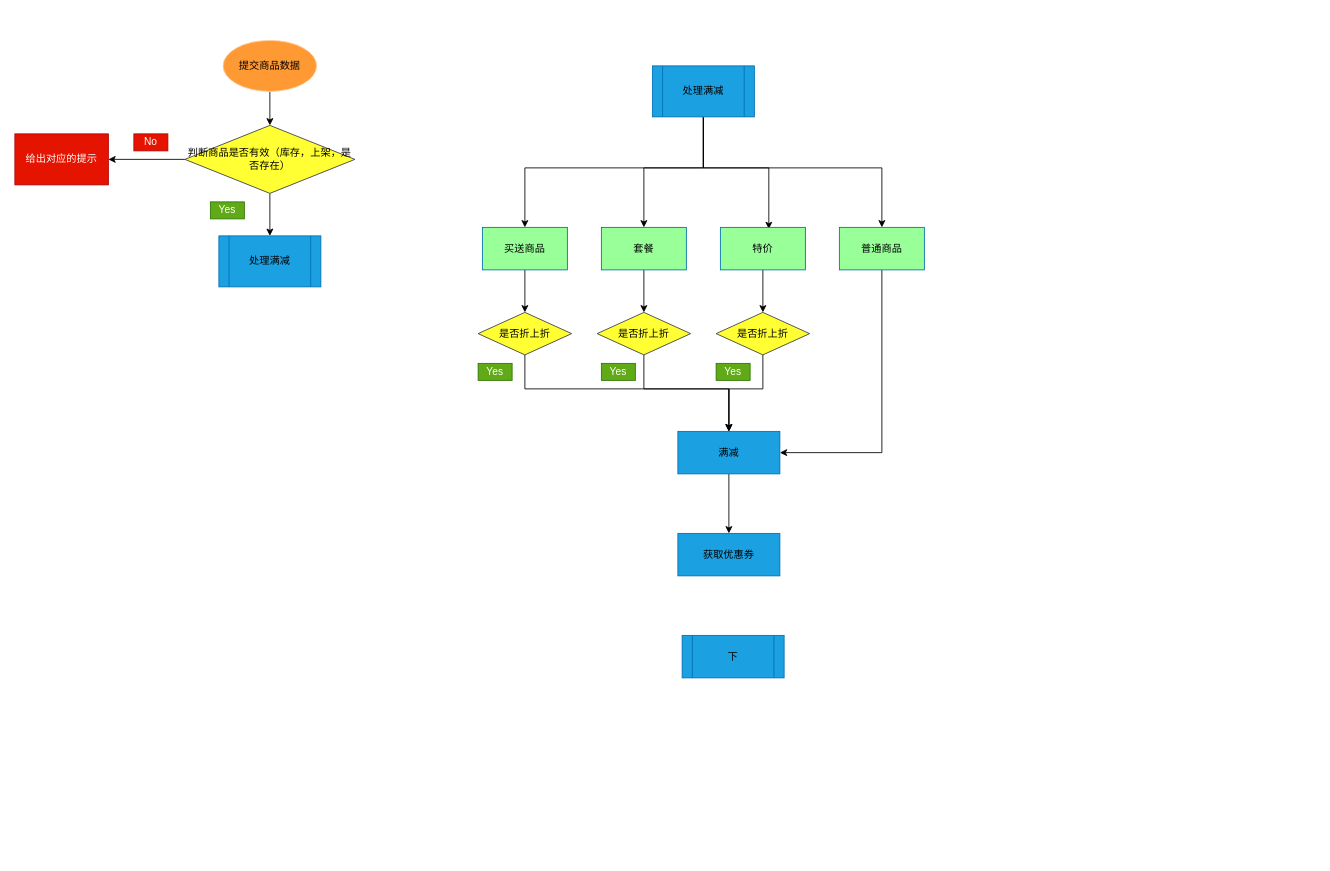
This is Untitled Diagram.drawio from wangkan0426/hello-world, a draw.io file, before an edit. Source tidied: cells renumbered, new cells numbered last; positions are measured from the earlier drawing's top-left corner, leaving out a move shared by most shapes. Both pictures are drawn from the tidied source at 85%, with x=0, y=0 at pixel (14, 40).
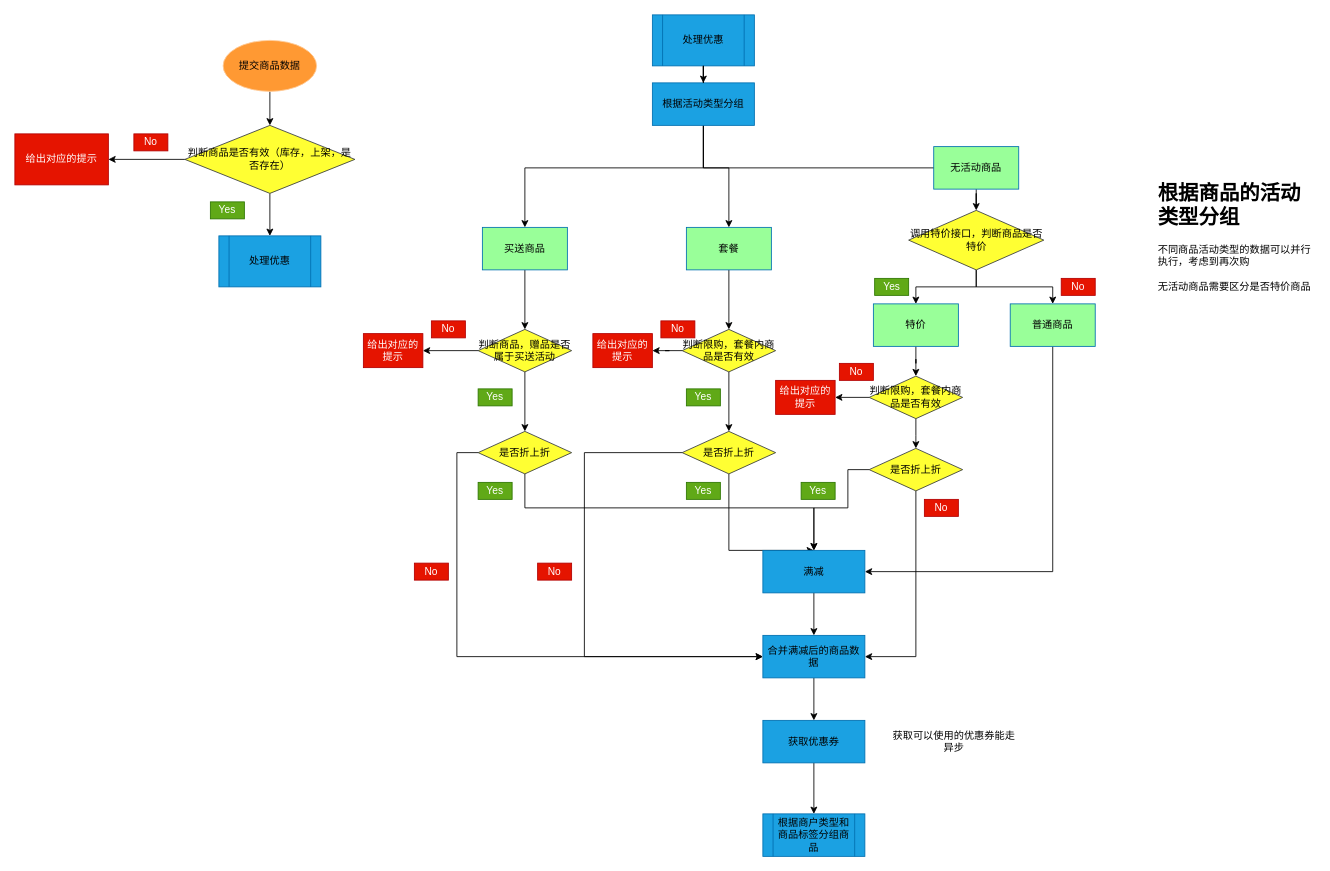
The same diagram, later.

The change refers to these unchanged cells:
```xml
<mxCell id="17" value="&lt;font color=&quot;#000000&quot;&gt;买送商品&lt;/font&gt;" style="rounded=0;whiteSpace=wrap;html=1;strokeColor=#006EAF;fontColor=#ffffff;fillColor=#99FF99;" parent="1" vertex="1">
  <mxGeometry x="550" y="220" width="100" height="50" as="geometry" />
</mxCell>
```

Diff of the diagram source:
```diff
@@
-    <mxCell id="9" value="&lt;font color=&quot;#000000&quot;&gt;处理满减&lt;/font&gt;" style="shape=process;whiteSpace=wrap;html=1;backgroundOutline=1;strokeColor=#006EAF;fillColor=#1ba1e2;fontColor=#ffffff;" parent="1" vertex="1">
+    <mxCell id="9" value="&lt;font color=&quot;#000000&quot;&gt;处理优惠&lt;/font&gt;" style="shape=process;whiteSpace=wrap;html=1;backgroundOutline=1;strokeColor=#006EAF;fillColor=#1ba1e2;fontColor=#ffffff;" parent="1" vertex="1">
       <mxGeometry x="240" y="230" width="120" height="60" as="geometry" />
     </mxCell>
@@
-    <mxCell id="12" style="edgeStyle=orthogonalEdgeStyle;rounded=0;jettySize=auto;html=1;entryX=0.5;entryY=0;entryDx=0;entryDy=0;" parent="1" edge="1" source="15" target="19">
+    <mxCell id="12" style="edgeStyle=orthogonalEdgeStyle;rounded=0;jettySize=auto;html=1;entryX=0.5;entryY=0;entryDx=0;entryDy=0;" parent="1" edge="1" source="64" target="19">
       <mxGeometry relative="1" as="geometry">
         <Array as="points">
           <mxPoint x="810" y="150" />
-          <mxPoint x="740" y="150" />
+          <mxPoint x="840" y="150" />
         </Array>
       </mxGeometry>
     </mxCell>
-    <mxCell id="13" style="edgeStyle=orthogonalEdgeStyle;rounded=0;jettySize=auto;html=1;entryX=0.57;entryY=0.04;entryDx=0;entryDy=0;entryPerimeter=0;" parent="1" edge="1" source="15" target="21">
-      <mxGeometry relative="1" as="geometry">
-        <Array as="points">
-          <mxPoint x="810" y="150" />
-          <mxPoint x="887" y="150" />
-        </Array>
-      </mxGeometry>
-    </mxCell>
-    <mxCell id="14" style="edgeStyle=orthogonalEdgeStyle;rounded=0;jettySize=auto;html=1;entryX=0.5;entryY=0;entryDx=0;entryDy=0;" parent="1" edge="1" source="15" target="23">
-      <mxGeometry relative="1" as="geometry">
-        <Array as="points">
-          <mxPoint x="810" y="150" />
-          <mxPoint x="1020" y="150" />
-        </Array>
-      </mxGeometry>
-    </mxCell>
-    <mxCell id="15" value="&lt;font color=&quot;#000000&quot;&gt;处理满减&lt;/font&gt;" style="shape=process;whiteSpace=wrap;html=1;backgroundOutline=1;strokeColor=#006EAF;fillColor=#1ba1e2;fontColor=#ffffff;" parent="1" vertex="1">
-      <mxGeometry x="750" y="30" width="120" height="60" as="geometry" />
+    <mxCell id="15" value="&lt;font color=&quot;#000000&quot;&gt;处理优惠&lt;/font&gt;" style="shape=process;whiteSpace=wrap;html=1;backgroundOutline=1;strokeColor=#006EAF;fillColor=#1ba1e2;fontColor=#ffffff;" parent="1" vertex="1">
+      <mxGeometry x="750" y="-30" width="120" height="60" as="geometry" />
     </mxCell>
-    <mxCell id="16" style="edgeStyle=orthogonalEdgeStyle;rounded=0;jettySize=auto;html=1;" parent="1" edge="1" source="17" target="25">
-      <mxGeometry relative="1" as="geometry" />
-    </mxCell>
+    <mxCell id="37" style="edgeStyle=orthogonalEdgeStyle;rounded=0;jettySize=auto;html=1;" parent="1" edge="1" source="17" target="53">
+      <mxGeometry relative="1" as="geometry" />
+    </mxCell>
@@
-    <mxCell id="18" style="edgeStyle=orthogonalEdgeStyle;rounded=0;jettySize=auto;html=1;" parent="1" edge="1" source="19" target="27">
-      <mxGeometry relative="1" as="geometry" />
-    </mxCell>
+    <mxCell id="38" style="edgeStyle=orthogonalEdgeStyle;rounded=0;jettySize=auto;html=1;" parent="1" edge="1" source="19" target="56">
+      <mxGeometry relative="1" as="geometry" />
+    </mxCell>
     <mxCell id="19" value="&lt;font color=&quot;#000000&quot;&gt;套餐&lt;/font&gt;" style="rounded=0;whiteSpace=wrap;html=1;strokeColor=#006EAF;fontColor=#ffffff;fillColor=#99FF99;" parent="1" vertex="1">
-      <mxGeometry x="690" y="220" width="100" height="50" as="geometry" />
+      <mxGeometry x="790" y="220" width="100" height="50" as="geometry" />
     </mxCell>
-    <mxCell id="20" style="edgeStyle=orthogonalEdgeStyle;rounded=0;jettySize=auto;html=1;" parent="1" edge="1" source="21" target="29">
-      <mxGeometry relative="1" as="geometry" />
-    </mxCell>
+    <mxCell id="39" style="edgeStyle=orthogonalEdgeStyle;rounded=0;jettySize=auto;html=1;" parent="1" edge="1" source="21" target="75">
+      <mxGeometry relative="1" as="geometry" />
+    </mxCell>
     <mxCell id="21" value="&lt;font color=&quot;#000000&quot;&gt;特价&lt;/font&gt;" style="rounded=0;whiteSpace=wrap;html=1;strokeColor=#006EAF;fontColor=#ffffff;fillColor=#99FF99;" parent="1" vertex="1">
-      <mxGeometry x="830" y="220" width="100" height="50" as="geometry" />
+      <mxGeometry x="1010" y="310" width="100" height="50" as="geometry" />
     </mxCell>
     <mxCell id="22" style="edgeStyle=orthogonalEdgeStyle;rounded=0;jettySize=auto;html=1;entryX=1;entryY=0.5;entryDx=0;entryDy=0;" parent="1" edge="1" source="23" target="31">
       <mxGeometry relative="1" as="geometry">
         <Array as="points">
-          <mxPoint x="1020" y="485" />
+          <mxPoint x="1221" y="625" />
         </Array>
       </mxGeometry>
     </mxCell>
     <mxCell id="23" value="&lt;font color=&quot;#000000&quot;&gt;普通商品&lt;/font&gt;" style="rounded=0;whiteSpace=wrap;html=1;strokeColor=#006EAF;fontColor=#ffffff;fillColor=#99FF99;" parent="1" vertex="1">
-      <mxGeometry x="970" y="220" width="100" height="50" as="geometry" />
+      <mxGeometry x="1171" y="310" width="100" height="50" as="geometry" />
     </mxCell>
     <mxCell id="24" style="edgeStyle=orthogonalEdgeStyle;rounded=0;jettySize=auto;html=1;entryX=0.5;entryY=0;entryDx=0;entryDy=0;" parent="1" edge="1" source="25" target="31">
       <mxGeometry relative="1" as="geometry">
         <Array as="points">
-          <mxPoint x="600" y="410" />
-          <mxPoint x="840" y="410" />
+          <mxPoint x="600" y="550" />
+          <mxPoint x="840" y="550" />
         </Array>
       </mxGeometry>
     </mxCell>
+    <mxCell id="40" style="edgeStyle=orthogonalEdgeStyle;rounded=0;jettySize=auto;html=1;entryX=0;entryY=0.5;entryDx=0;entryDy=0;" parent="1" edge="1" source="25" target="36">
+      <mxGeometry relative="1" as="geometry">
+        <Array as="points">
+          <mxPoint x="520" y="485" />
+          <mxPoint x="520" y="725" />
+        </Array>
+      </mxGeometry>
+    </mxCell>
     <mxCell id="25" value="是否折上折" style="rhombus;whiteSpace=wrap;html=1;strokeColor=#36393d;fillColor=#FFFF33;" parent="1" vertex="1">
-      <mxGeometry x="545" y="320" width="110" height="50" as="geometry" />
+      <mxGeometry x="545" y="460" width="110" height="50" as="geometry" />
     </mxCell>
     <mxCell id="26" style="edgeStyle=orthogonalEdgeStyle;rounded=0;jettySize=auto;html=1;entryX=0.5;entryY=0;entryDx=0;entryDy=0;" parent="1" edge="1" source="27" target="31">
       <mxGeometry relative="1" as="geometry">
         <Array as="points">
-          <mxPoint x="740" y="410" />
-          <mxPoint x="840" y="410" />
+          <mxPoint x="840" y="550" />
+          <mxPoint x="940" y="550" />
         </Array>
       </mxGeometry>
     </mxCell>
+    <mxCell id="41" style="edgeStyle=orthogonalEdgeStyle;rounded=0;jettySize=auto;html=1;entryX=0;entryY=0.5;entryDx=0;entryDy=0;" parent="1" edge="1" source="27" target="36">
+      <mxGeometry relative="1" as="geometry">
+        <Array as="points">
+          <mxPoint x="670" y="485" />
+          <mxPoint x="670" y="725" />
+        </Array>
+      </mxGeometry>
+    </mxCell>
     <mxCell id="27" value="是否折上折" style="rhombus;whiteSpace=wrap;html=1;strokeColor=#36393d;fillColor=#FFFF33;" parent="1" vertex="1">
-      <mxGeometry x="685" y="320" width="110" height="50" as="geometry" />
+      <mxGeometry x="785" y="460" width="110" height="50" as="geometry" />
     </mxCell>
     <mxCell id="28" style="edgeStyle=orthogonalEdgeStyle;rounded=0;jettySize=auto;html=1;entryX=0.5;entryY=0;entryDx=0;entryDy=0;" parent="1" edge="1" source="29" target="31">
       <mxGeometry relative="1" as="geometry">
         <Array as="points">
-          <mxPoint x="880" y="410" />
-          <mxPoint x="840" y="410" />
+          <mxPoint x="980" y="550" />
+          <mxPoint x="940" y="550" />
         </Array>
       </mxGeometry>
     </mxCell>
+    <mxCell id="42" style="edgeStyle=orthogonalEdgeStyle;rounded=0;jettySize=auto;html=1;entryX=1;entryY=0.5;entryDx=0;entryDy=0;" parent="1" edge="1" source="29" target="36">
+      <mxGeometry relative="1" as="geometry">
+        <Array as="points">
+          <mxPoint x="1060" y="725" />
+        </Array>
+      </mxGeometry>
+    </mxCell>
     <mxCell id="29" value="是否折上折" style="rhombus;whiteSpace=wrap;html=1;strokeColor=#36393d;fillColor=#FFFF33;" parent="1" vertex="1">
-      <mxGeometry x="825" y="320" width="110" height="50" as="geometry" />
+      <mxGeometry x="1005" y="480" width="110" height="50" as="geometry" />
     </mxCell>
@@
     <mxCell id="31" value="&lt;font color=&quot;#000000&quot;&gt;满减&lt;/font&gt;" style="rounded=0;whiteSpace=wrap;html=1;strokeColor=#006EAF;fillColor=#1ba1e2;fontColor=#ffffff;" parent="1" vertex="1">
-      <mxGeometry x="780" y="460" width="120" height="50" as="geometry" />
+      <mxGeometry x="880" y="600" width="120" height="50" as="geometry" />
     </mxCell>
     <mxCell id="32" value="Yes" style="text;html=1;strokeColor=#2D7600;fillColor=#60a917;align=center;verticalAlign=middle;whiteSpace=wrap;rounded=0;fontColor=#ffffff;" parent="1" vertex="1">
-      <mxGeometry x="545" y="380" width="40" height="20" as="geometry" />
+      <mxGeometry x="545" y="520" width="40" height="20" as="geometry" />
     </mxCell>
     <mxCell id="33" value="Yes" style="text;html=1;strokeColor=#2D7600;fillColor=#60a917;align=center;verticalAlign=middle;whiteSpace=wrap;rounded=0;fontColor=#ffffff;" parent="1" vertex="1">
-      <mxGeometry x="690" y="380" width="40" height="20" as="geometry" />
+      <mxGeometry x="790" y="520" width="40" height="20" as="geometry" />
     </mxCell>
     <mxCell id="34" value="Yes" style="text;html=1;strokeColor=#2D7600;fillColor=#60a917;align=center;verticalAlign=middle;whiteSpace=wrap;rounded=0;fontColor=#ffffff;" parent="1" vertex="1">
-      <mxGeometry x="825" y="380" width="40" height="20" as="geometry" />
+      <mxGeometry x="925" y="520" width="40" height="20" as="geometry" />
     </mxCell>
-    <mxCell id="35" value="&lt;font color=&quot;#000000&quot;&gt;下&lt;/font&gt;" style="shape=process;whiteSpace=wrap;html=1;backgroundOutline=1;strokeColor=#006EAF;fillColor=#1ba1e2;fontColor=#ffffff;" parent="1" vertex="1">
-      <mxGeometry x="785" y="700" width="120" height="50" as="geometry" />
+    <mxCell id="35" value="&lt;font color=&quot;#000000&quot;&gt;根据商户类型和商品标签分组商品&lt;/font&gt;" style="shape=process;whiteSpace=wrap;html=1;backgroundOutline=1;strokeColor=#006EAF;fillColor=#1ba1e2;fontColor=#ffffff;" parent="1" vertex="1">
+      <mxGeometry x="880" y="910" width="120" height="50" as="geometry" />
     </mxCell>
+    <mxCell id="43" style="edgeStyle=orthogonalEdgeStyle;rounded=0;jettySize=auto;html=1;" parent="1" edge="1" source="36" target="45">
+      <mxGeometry relative="1" as="geometry" />
+    </mxCell>
-    <mxCell id="36" value="&lt;font color=&quot;#000000&quot;&gt;获取优惠券&lt;/font&gt;" style="rounded=0;whiteSpace=wrap;html=1;strokeColor=#006EAF;fillColor=#1ba1e2;fontColor=#ffffff;" parent="1" vertex="1">
-      <mxGeometry x="780" y="580" width="120" height="50" as="geometry" />
+    <mxCell id="36" value="&lt;font color=&quot;#000000&quot;&gt;合并满减后的商品数据&lt;/font&gt;" style="rounded=0;whiteSpace=wrap;html=1;strokeColor=#006EAF;fillColor=#1ba1e2;fontColor=#ffffff;" parent="1" vertex="1">
+      <mxGeometry x="880" y="700" width="120" height="50" as="geometry" />
     </mxCell>
+    <mxCell id="44" style="edgeStyle=orthogonalEdgeStyle;rounded=0;jettySize=auto;html=1;" parent="1" edge="1" source="45" target="35">
+      <mxGeometry relative="1" as="geometry" />
+    </mxCell>
+    <mxCell id="45" value="&lt;font color=&quot;#000000&quot;&gt;获取优惠券&lt;/font&gt;" style="rounded=0;whiteSpace=wrap;html=1;strokeColor=#006EAF;fillColor=#1ba1e2;fontColor=#ffffff;" parent="1" vertex="1">
+      <mxGeometry x="880" y="800" width="120" height="50" as="geometry" />
+    </mxCell>
+    <mxCell id="46" value="No" style="text;html=1;strokeColor=#B20000;fillColor=#e51400;align=center;verticalAlign=middle;whiteSpace=wrap;rounded=0;fontColor=#ffffff;" parent="1" vertex="1">
+      <mxGeometry x="470" y="615" width="40" height="20" as="geometry" />
+    </mxCell>
+    <mxCell id="47" value="No" style="text;html=1;strokeColor=#B20000;fillColor=#e51400;align=center;verticalAlign=middle;whiteSpace=wrap;rounded=0;fontColor=#ffffff;" parent="1" vertex="1">
+      <mxGeometry x="615" y="615" width="40" height="20" as="geometry" />
+    </mxCell>
+    <mxCell id="48" value="No" style="text;html=1;strokeColor=#B20000;fillColor=#e51400;align=center;verticalAlign=middle;whiteSpace=wrap;rounded=0;fontColor=#ffffff;" parent="1" vertex="1">
+      <mxGeometry x="1070" y="540" width="40" height="20" as="geometry" />
+    </mxCell>
+    <mxCell id="49" value="获取可以使用的优惠券能走异步" style="text;html=1;strokeColor=none;fillColor=none;align=center;verticalAlign=middle;whiteSpace=wrap;rounded=0;" parent="1" vertex="1">
+      <mxGeometry x="1030" y="807.5" width="150" height="35" as="geometry" />
+    </mxCell>
+    <mxCell id="50" value="&lt;h1&gt;根据商品的活动类型分组&lt;/h1&gt;&lt;div&gt;不同商品活动类型的数据可以并行执行，考虑到再次购&lt;/div&gt;&lt;div&gt;&lt;br&gt;&lt;/div&gt;&lt;div&gt;无活动商品需要区分是否特价商品&lt;/div&gt;" style="text;html=1;strokeColor=none;fillColor=none;spacing=5;spacingTop=-20;whiteSpace=wrap;overflow=hidden;rounded=0;" parent="1" vertex="1">
+      <mxGeometry x="1340" y="160" width="190" height="160" as="geometry" />
+    </mxCell>
+    <mxCell id="51" style="edgeStyle=orthogonalEdgeStyle;rounded=0;jettySize=auto;html=1;" parent="1" edge="1" source="53" target="25">
+      <mxGeometry relative="1" as="geometry" />
+    </mxCell>
+    <mxCell id="52" style="edgeStyle=orthogonalEdgeStyle;rounded=0;jettySize=auto;html=1;" parent="1" edge="1" source="53" target="58">
+      <mxGeometry relative="1" as="geometry" />
+    </mxCell>
+    <mxCell id="53" value="判断商品，赠品是否属于买送活动" style="rhombus;whiteSpace=wrap;html=1;strokeColor=#36393d;fillColor=#FFFF33;" parent="1" vertex="1">
+      <mxGeometry x="545" y="340" width="110" height="50" as="geometry" />
+    </mxCell>
+    <mxCell id="54" style="edgeStyle=orthogonalEdgeStyle;rounded=0;jettySize=auto;html=1;" parent="1" edge="1" source="56" target="27">
+      <mxGeometry relative="1" as="geometry" />
+    </mxCell>
+    <mxCell id="55" style="edgeStyle=orthogonalEdgeStyle;rounded=0;jettySize=auto;html=1;" parent="1" edge="1" source="56" target="60">
+      <mxGeometry relative="1" as="geometry" />
+    </mxCell>
+    <mxCell id="56" value="判断限购，套餐内商品是否有效" style="rhombus;whiteSpace=wrap;html=1;strokeColor=#36393d;fillColor=#FFFF33;" parent="1" vertex="1">
+      <mxGeometry x="785" y="340" width="110" height="50" as="geometry" />
+    </mxCell>
+    <mxCell id="57" value="Yes" style="text;html=1;strokeColor=#2D7600;fillColor=#60a917;align=center;verticalAlign=middle;whiteSpace=wrap;rounded=0;fontColor=#ffffff;" parent="1" vertex="1">
+      <mxGeometry x="545" y="410" width="40" height="20" as="geometry" />
+    </mxCell>
+    <mxCell id="58" value="给出对应的提示" style="rounded=0;whiteSpace=wrap;html=1;strokeColor=#B20000;fillColor=#e51400;fontColor=#ffffff;" parent="1" vertex="1">
+      <mxGeometry x="410" y="345" width="70" height="40" as="geometry" />
+    </mxCell>
+    <mxCell id="59" value="No" style="text;html=1;strokeColor=#B20000;fillColor=#e51400;align=center;verticalAlign=middle;whiteSpace=wrap;rounded=0;fontColor=#ffffff;" parent="1" vertex="1">
+      <mxGeometry x="490" y="330" width="40" height="20" as="geometry" />
+    </mxCell>
+    <mxCell id="60" value="给出对应的提示" style="rounded=0;whiteSpace=wrap;html=1;strokeColor=#B20000;fillColor=#e51400;fontColor=#ffffff;" parent="1" vertex="1">
+      <mxGeometry x="680" y="345" width="70" height="40" as="geometry" />
+    </mxCell>
+    <mxCell id="61" value="No" style="text;html=1;strokeColor=#B20000;fillColor=#e51400;align=center;verticalAlign=middle;whiteSpace=wrap;rounded=0;fontColor=#ffffff;" parent="1" vertex="1">
+      <mxGeometry x="760" y="330" width="40" height="20" as="geometry" />
+    </mxCell>
+    <mxCell id="62" value="Yes" style="text;html=1;strokeColor=#2D7600;fillColor=#60a917;align=center;verticalAlign=middle;whiteSpace=wrap;rounded=0;fontColor=#ffffff;" parent="1" vertex="1">
+      <mxGeometry x="790" y="410" width="40" height="20" as="geometry" />
+    </mxCell>
+    <mxCell id="63" style="edgeStyle=orthogonalEdgeStyle;rounded=0;jettySize=auto;html=1;entryX=0;entryY=0.5;entryDx=0;entryDy=0;" parent="1" edge="1" source="64" target="67">
+      <mxGeometry relative="1" as="geometry">
+        <Array as="points">
+          <mxPoint x="810" y="150" />
+          <mxPoint x="1090" y="150" />
+        </Array>
+      </mxGeometry>
+    </mxCell>
+    <mxCell id="64" value="&lt;font color=&quot;#000000&quot;&gt;根据活动类型分组&lt;/font&gt;" style="rounded=0;whiteSpace=wrap;html=1;strokeColor=#006EAF;fillColor=#1ba1e2;fontColor=#ffffff;" parent="1" vertex="1">
+      <mxGeometry x="750" y="50" width="120" height="50" as="geometry" />
+    </mxCell>
+    <mxCell id="65" style="edgeStyle=orthogonalEdgeStyle;rounded=0;jettySize=auto;html=1;entryX=0.5;entryY=0;entryDx=0;entryDy=0;" parent="1" edge="1" source="15" target="64">
+      <mxGeometry relative="1" as="geometry" />
+    </mxCell>
+    <mxCell id="66" style="edgeStyle=orthogonalEdgeStyle;rounded=0;jettySize=auto;html=1;" parent="1" edge="1" source="67" target="70">
+      <mxGeometry relative="1" as="geometry" />
+    </mxCell>
+    <mxCell id="67" value="&lt;font color=&quot;#000000&quot;&gt;无活动商品&lt;/font&gt;" style="rounded=0;whiteSpace=wrap;html=1;strokeColor=#006EAF;fontColor=#ffffff;fillColor=#99FF99;" parent="1" vertex="1">
+      <mxGeometry x="1081" y="125" width="100" height="50" as="geometry" />
+    </mxCell>
+    <mxCell id="68" style="edgeStyle=orthogonalEdgeStyle;rounded=0;jettySize=auto;html=1;entryX=0.5;entryY=0;entryDx=0;entryDy=0;" parent="1" edge="1" source="70" target="21">
+      <mxGeometry relative="1" as="geometry" />
+    </mxCell>
+    <mxCell id="69" style="edgeStyle=orthogonalEdgeStyle;rounded=0;jettySize=auto;html=1;entryX=0.5;entryY=0;entryDx=0;entryDy=0;" parent="1" edge="1" source="70" target="23">
+      <mxGeometry relative="1" as="geometry" />
+    </mxCell>
+    <mxCell id="70" value="调用特价接口，判断商品是否特价" style="rhombus;whiteSpace=wrap;html=1;strokeColor=#36393d;fillColor=#FFFF33;" parent="1" vertex="1">
+      <mxGeometry x="1051.5" y="200" width="159" height="70" as="geometry" />
+    </mxCell>
+    <mxCell id="71" value="No" style="text;html=1;strokeColor=#B20000;fillColor=#e51400;align=center;verticalAlign=middle;whiteSpace=wrap;rounded=0;fontColor=#ffffff;" parent="1" vertex="1">
+      <mxGeometry x="1231" y="280" width="40" height="20" as="geometry" />
+    </mxCell>
+    <mxCell id="72" value="Yes" style="text;html=1;strokeColor=#2D7600;fillColor=#60a917;align=center;verticalAlign=middle;whiteSpace=wrap;rounded=0;fontColor=#ffffff;" parent="1" vertex="1">
+      <mxGeometry x="1011.5" y="280" width="40" height="20" as="geometry" />
+    </mxCell>
+    <mxCell id="73" style="edgeStyle=orthogonalEdgeStyle;rounded=0;jettySize=auto;html=1;" parent="1" edge="1" source="75">
+      <mxGeometry relative="1" as="geometry">
+        <mxPoint x="1060" y="480" as="targetPoint" />
+      </mxGeometry>
+    </mxCell>
+    <mxCell id="74" style="edgeStyle=orthogonalEdgeStyle;rounded=0;jettySize=auto;html=1;" parent="1" edge="1" source="75" target="76">
+      <mxGeometry relative="1" as="geometry" />
+    </mxCell>
+    <mxCell id="75" value="判断限购，套餐内商品是否有效" style="rhombus;whiteSpace=wrap;html=1;strokeColor=#36393d;fillColor=#FFFF33;" parent="1" vertex="1">
+      <mxGeometry x="1005" y="395" width="110" height="50" as="geometry" />
+    </mxCell>
+    <mxCell id="76" value="给出对应的提示" style="rounded=0;whiteSpace=wrap;html=1;strokeColor=#B20000;fillColor=#e51400;fontColor=#ffffff;" parent="1" vertex="1">
+      <mxGeometry x="895" y="400" width="70" height="40" as="geometry" />
+    </mxCell>
+    <mxCell id="77" value="No" style="text;html=1;strokeColor=#B20000;fillColor=#e51400;align=center;verticalAlign=middle;whiteSpace=wrap;rounded=0;fontColor=#ffffff;" parent="1" vertex="1">
+      <mxGeometry x="970" y="380" width="40" height="20" as="geometry" />
+    </mxCell>
```
